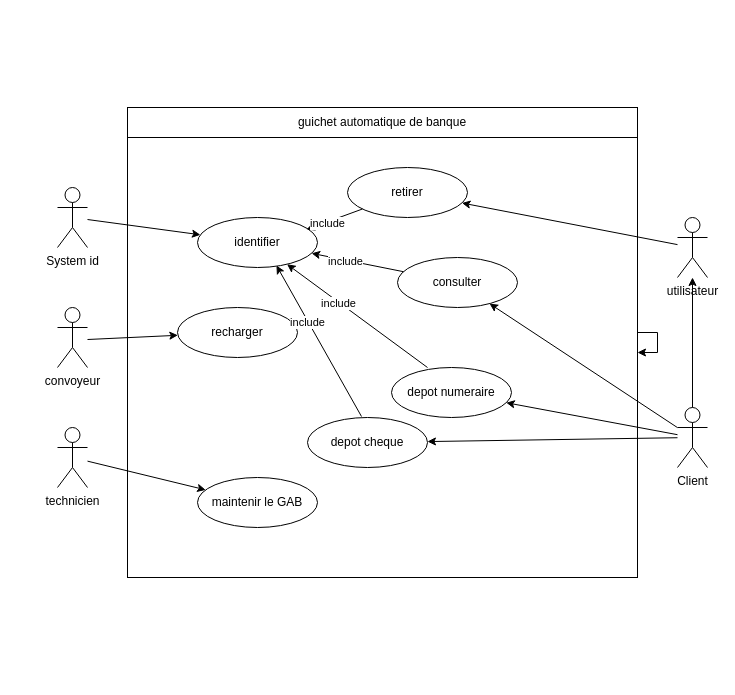
mathieudoucencn/TD-GELOG keeps this draw.io diagram as TD1.drawio. Above is the earlier version. Source tidied: cells renumbered, new cells numbered last; positions are measured from the earlier drawing's top-left corner, leaving out a move shared by most shapes. Both pictures are drawn from the tidied source at 100%, with x=0, y=0 at pixel (57, 107).
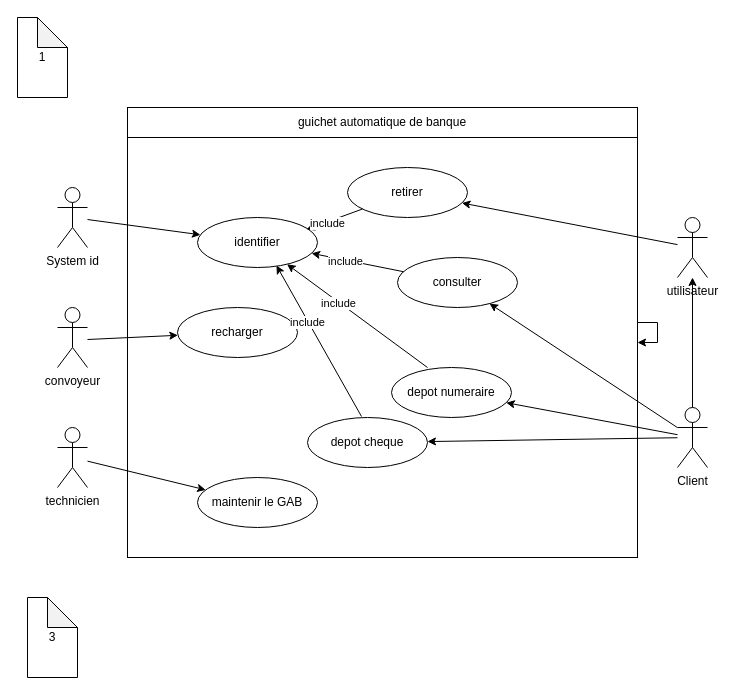
After the change.

Commit message (it also covers changes not shown here):
Mettre à jour TD1.drawio

What changed in the source:
```diff
@@
     <mxCell id="29" style="rounded=0;whiteSpace=wrap;html=1;fillColor=none;" parent="1" vertex="1">
-      <mxGeometry x="70" width="510" height="470" as="geometry" />
+      <mxGeometry x="70" width="510" height="450" as="geometry" />
     </mxCell>
@@
+    <mxCell id="33" value="1" style="shape=note;whiteSpace=wrap;html=1;backgroundOutline=1;darkOpacity=0.05;" parent="1" vertex="1">
+      <mxGeometry x="-40" y="-90" width="50" height="80" as="geometry" />
+    </mxCell>
+    <mxCell id="34" value="3" style="shape=note;whiteSpace=wrap;html=1;backgroundOutline=1;darkOpacity=0.05;" parent="1" vertex="1">
+      <mxGeometry x="-30" y="490" width="50" height="80" as="geometry" />
+    </mxCell>
```
